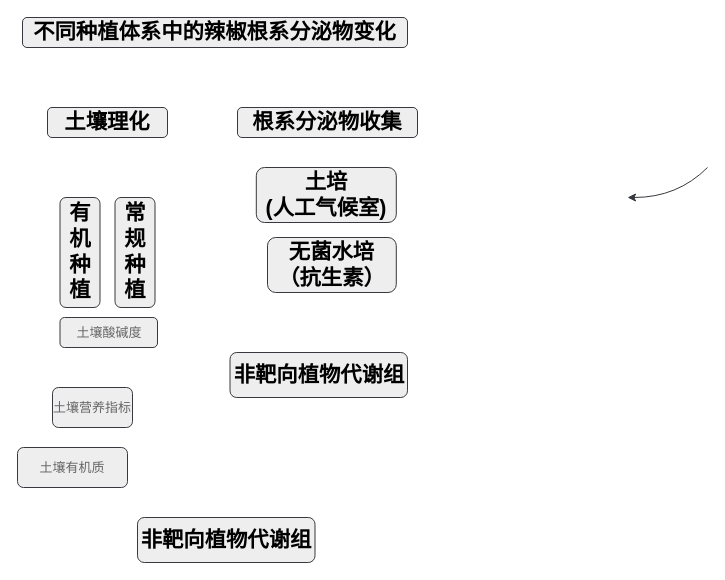
bossning/MicrobiomeProtocol keeps this draw.io diagram as Manuscript/Untitled Diagram.drawio. Above is the earlier version. Source tidied: cells renumbered, new cells numbered last; positions are measured from the earlier drawing's top-left corner, leaving out a move shared by most shapes. Both pictures are drawn from the tidied source at 100%, with x=0, y=0 at pixel (17, 17).
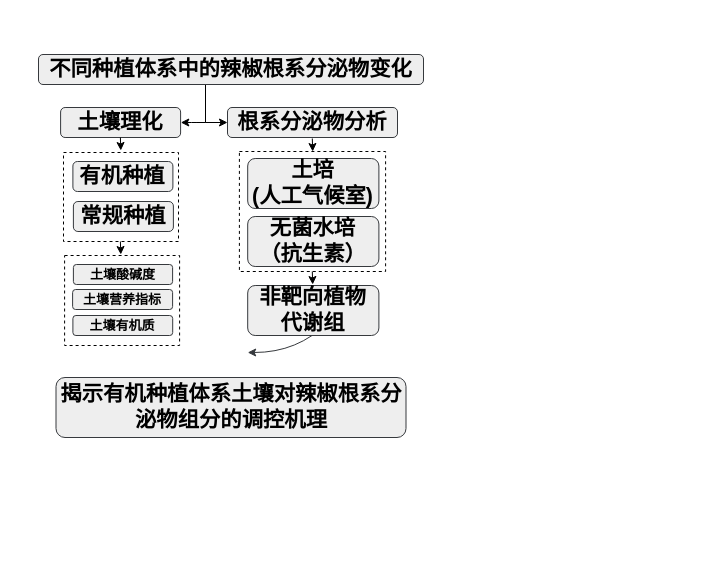
The same page after the edit.

The edit, as a diff of the source:
```diff
@@
+    <mxCell id="15" style="rounded=0;whiteSpace=wrap;html=1;fontFamily=Helvetica;fontSize=16;fontColor=#000000;dashed=1;" parent="1" vertex="1">
+      <mxGeometry x="221.9" y="134" width="146.2" height="120" as="geometry" />
+    </mxCell>
+    <mxCell id="8" value="&lt;p style=&quot;margin-top: 0pt ; margin-bottom: 0pt ; margin-left: 0in ; direction: ltr ; unicode-bidi: embed ; word-break: normal&quot;&gt;&lt;span style=&quot;font-size: 16pt;&quot;&gt;土培&lt;/span&gt;&lt;/p&gt;&lt;span style=&quot;font-size: 21.3333px;&quot;&gt;(人工气候室&lt;/span&gt;&lt;span style=&quot;font-size: 21.3333px;&quot;&gt;)&lt;/span&gt;&lt;span style=&quot;font-size: 21.3333px;&quot;&gt;&lt;br&gt;&lt;/span&gt;" style="whiteSpace=wrap;html=1;rounded=1;fillColor=#eeeeee;strokeColor=#36393d;fontFamily=Helvetica;fontStyle=1;" parent="1" vertex="1">
+      <mxGeometry x="230.2" y="141" width="131.2" height="50" as="geometry" />
+    </mxCell>
+    <mxCell id="16" style="rounded=0;whiteSpace=wrap;html=1;fontFamily=Helvetica;fontSize=16;fontColor=#000000;dashed=1;" parent="1" vertex="1">
+      <mxGeometry x="47.1" y="238" width="115" height="90" as="geometry" />
+    </mxCell>
+    <mxCell id="17" style="rounded=0;whiteSpace=wrap;html=1;fontFamily=Helvetica;fontSize=16;fontColor=#000000;dashed=1;" parent="1" vertex="1">
+      <mxGeometry x="46" y="135" width="115" height="89" as="geometry" />
+    </mxCell>
-    <mxCell id="2" style="curved=1;endArrow=classic;html=1;fillColor=#eeeeee;strokeColor=#36393d;" parent="1" edge="1">
+    <mxCell id="2" style="curved=1;endArrow=classic;html=1;fillColor=#eeeeee;strokeColor=#36393d;fontFamily=Helvetica;fontStyle=1;" parent="1" edge="1">
       <mxGeometry relative="1" as="geometry">
-        <mxPoint x="690" y="150" as="sourcePoint" />
-        <mxPoint x="610" y="180" as="targetPoint" />
+        <mxPoint x="310.2" y="305" as="sourcePoint" />
+        <mxPoint x="230.2" y="335" as="targetPoint" />
         <Array as="points">
-          <mxPoint x="660" y="180" />
+          <mxPoint x="280.2" y="335" />
         </Array>
       </mxGeometry>
     </mxCell>
+    <mxCell id="18" style="edgeStyle=orthogonalEdgeStyle;rounded=0;jettySize=auto;html=1;fontFamily=Helvetica;fontSize=16;fontColor=#000000;exitX=0.506;exitY=1.003;exitDx=0;exitDy=0;exitPerimeter=0;entryX=0;entryY=0.5;entryDx=0;entryDy=0;" parent="1" edge="1" target="7">
+      <mxGeometry relative="1" as="geometry">
+        <mxPoint x="187.8" y="60.1" as="sourcePoint" />
+        <Array as="points">
+          <mxPoint x="195" y="60" />
+          <mxPoint x="195" y="50" />
+          <mxPoint x="188" y="50" />
+          <mxPoint x="188" y="105" />
+        </Array>
+      </mxGeometry>
+    </mxCell>
-    <mxCell id="3" value="&lt;p style=&quot;margin-top: 0pt ; margin-bottom: 0pt ; margin-left: 0in ; direction: ltr ; unicode-bidi: embed ; word-break: normal&quot;&gt;&lt;span style=&quot;font-size: 16pt ; font-weight: bold&quot;&gt;不同&lt;/span&gt;&lt;span style=&quot;font-size: 16pt ; font-weight: bold&quot;&gt;种植&lt;/span&gt;&lt;span style=&quot;font-size: 16pt ; font-weight: bold&quot;&gt;体系中&lt;/span&gt;&lt;span style=&quot;font-size: 16pt ; font-weight: bold&quot;&gt;的&lt;/span&gt;&lt;span style=&quot;font-size: 16pt ; font-weight: bold&quot;&gt;辣椒&lt;/span&gt;&lt;span style=&quot;font-size: 16pt ; font-weight: bold&quot;&gt;根系分泌物&lt;/span&gt;&lt;span style=&quot;font-size: 16pt ; font-weight: bold&quot;&gt;变化&lt;/span&gt;&lt;/p&gt;" style="rounded=1;whiteSpace=wrap;html=1;fillColor=#eeeeee;strokeColor=#36393d;spacing=2;" parent="1" vertex="1">
-      <mxGeometry x="5" width="385" height="30" as="geometry" />
+    <mxCell id="3" value="&lt;p style=&quot;margin-top: 0pt ; margin-bottom: 0pt ; margin-left: 0in ; direction: ltr ; unicode-bidi: embed ; word-break: normal&quot;&gt;&lt;span style=&quot;font-size: 16pt;&quot;&gt;不同&lt;/span&gt;&lt;span style=&quot;font-size: 16pt;&quot;&gt;种植&lt;/span&gt;&lt;span style=&quot;font-size: 16pt;&quot;&gt;体系中&lt;/span&gt;&lt;span style=&quot;font-size: 16pt;&quot;&gt;的&lt;/span&gt;&lt;span style=&quot;font-size: 16pt;&quot;&gt;辣椒&lt;/span&gt;&lt;span style=&quot;font-size: 16pt;&quot;&gt;根系分泌物&lt;/span&gt;&lt;span style=&quot;font-size: 16pt;&quot;&gt;变化&lt;/span&gt;&lt;/p&gt;" style="rounded=1;whiteSpace=wrap;html=1;fillColor=#eeeeee;strokeColor=#36393d;spacing=2;fontFamily=Helvetica;fontStyle=1;" parent="1" vertex="1">
+      <mxGeometry x="21" y="37" width="385" height="30" as="geometry" />
     </mxCell>
-    <mxCell id="4" value="&lt;p style=&quot;margin-top: 0pt ; margin-bottom: 0pt ; margin-left: 0in ; direction: ltr ; unicode-bidi: embed ; word-break: normal&quot;&gt;&lt;span style=&quot;font-size: 16pt ; font-weight: bold&quot;&gt;土壤理化&lt;/span&gt;&lt;/p&gt;" style="whiteSpace=wrap;html=1;rounded=1;fillColor=#eeeeee;strokeColor=#36393d;" parent="1" vertex="1">
-      <mxGeometry x="30" y="90" width="120" height="30" as="geometry" />
+    <mxCell id="4" value="&lt;p style=&quot;margin-top: 0pt ; margin-bottom: 0pt ; margin-left: 0in ; direction: ltr ; unicode-bidi: embed ; word-break: normal&quot;&gt;&lt;span style=&quot;font-size: 16pt;&quot;&gt;土壤理化&lt;/span&gt;&lt;/p&gt;" style="whiteSpace=wrap;html=1;rounded=1;fillColor=#eeeeee;strokeColor=#36393d;fontFamily=Helvetica;fontStyle=1;" parent="1" vertex="1">
+      <mxGeometry x="43.1" y="90" width="120" height="30" as="geometry" />
     </mxCell>
-    <mxCell id="5" value="&lt;p style=&quot;margin-top: 0pt ; margin-bottom: 0pt ; margin-left: 0in ; direction: ltr ; unicode-bidi: embed ; word-break: normal&quot;&gt;&lt;span style=&quot;font-size: 16pt ; font-weight: bold&quot;&gt;有机种植&lt;/span&gt;&lt;/p&gt;" style="whiteSpace=wrap;html=1;rounded=1;fillColor=#eeeeee;strokeColor=#36393d;" parent="1" vertex="1">
-      <mxGeometry x="42.5" y="180" width="40" height="110" as="geometry" />
+    <mxCell id="5" value="&lt;p style=&quot;margin-top: 0pt ; margin-bottom: 0pt ; margin-left: 0in ; direction: ltr ; unicode-bidi: embed ; word-break: normal&quot;&gt;&lt;font style=&quot;font-size: 21.3333px&quot;&gt;有机种植&lt;/font&gt;&lt;/p&gt;" style="whiteSpace=wrap;html=1;rounded=1;fillColor=#eeeeee;strokeColor=#36393d;fontFamily=Helvetica;fontStyle=1;fontSize=11;" parent="1" vertex="1">
+      <mxGeometry x="55.4" y="144" width="100" height="30" as="geometry" />
     </mxCell>
-    <mxCell id="6" value="&lt;p style=&quot;margin-top: 0pt ; margin-bottom: 0pt ; margin-left: 0in ; direction: ltr ; unicode-bidi: embed ; word-break: normal&quot;&gt;&lt;span style=&quot;font-size: 16pt ; font-weight: bold&quot;&gt;常规种植&lt;/span&gt;&lt;/p&gt;" style="whiteSpace=wrap;html=1;rounded=1;fillColor=#eeeeee;strokeColor=#36393d;" parent="1" vertex="1">
-      <mxGeometry x="97.5" y="180" width="40" height="110" as="geometry" />
+    <mxCell id="6" value="&lt;p style=&quot;margin-top: 0pt ; margin-bottom: 0pt ; margin-left: 0in ; direction: ltr ; unicode-bidi: embed ; word-break: normal&quot;&gt;&lt;font style=&quot;font-size: 21.3333px&quot;&gt;常规种植&lt;/font&gt;&lt;/p&gt;" style="whiteSpace=wrap;html=1;rounded=1;fillColor=#eeeeee;strokeColor=#36393d;fontFamily=Helvetica;fontStyle=1;fontSize=11;" parent="1" vertex="1">
+      <mxGeometry x="55.9" y="184" width="100" height="30" as="geometry" />
     </mxCell>
-    <mxCell id="7" value="&lt;p style=&quot;margin-top: 0pt ; margin-bottom: 0pt ; margin-left: 0in ; direction: ltr ; unicode-bidi: embed ; word-break: normal&quot;&gt;&lt;span style=&quot;font-size: 16pt ; font-weight: bold&quot;&gt;根系分泌物收集&lt;/span&gt;&lt;/p&gt;" style="whiteSpace=wrap;html=1;rounded=1;fillColor=#eeeeee;strokeColor=#36393d;" parent="1" vertex="1">
-      <mxGeometry x="220" y="90" width="180" height="30" as="geometry" />
+    <mxCell id="7" value="&lt;p style=&quot;margin-top: 0pt ; margin-bottom: 0pt ; margin-left: 0in ; direction: ltr ; unicode-bidi: embed ; word-break: normal&quot;&gt;&lt;span style=&quot;font-size: 16pt&quot;&gt;根系分泌物分析&lt;/span&gt;&lt;/p&gt;" style="whiteSpace=wrap;html=1;rounded=1;fillColor=#eeeeee;strokeColor=#36393d;fontFamily=Helvetica;fontStyle=1;" parent="1" vertex="1">
+      <mxGeometry x="210" y="90" width="170" height="30" as="geometry" />
     </mxCell>
-    <mxCell id="8" value="&lt;p style=&quot;margin-top: 0pt ; margin-bottom: 0pt ; margin-left: 0in ; direction: ltr ; unicode-bidi: embed ; word-break: normal&quot;&gt;&lt;span style=&quot;font-size: 16pt ; font-weight: bold&quot;&gt;土培&lt;/span&gt;&lt;/p&gt;&lt;span style=&quot;font-size: 21.3333px ; font-weight: 700&quot;&gt;(人工气候室&lt;/span&gt;&lt;span style=&quot;font-weight: 700 ; font-size: 21.3333px&quot;&gt;)&lt;/span&gt;&lt;span style=&quot;font-size: 21.3333px ; font-weight: 700&quot;&gt;&lt;br&gt;&lt;/span&gt;" style="whiteSpace=wrap;html=1;rounded=1;fillColor=#eeeeee;strokeColor=#36393d;" parent="1" vertex="1">
-      <mxGeometry x="238.8" y="150" width="140" height="55" as="geometry" />
-    </mxCell>
-    <mxCell id="9" value="&lt;p style=&quot;margin-top: 0pt ; margin-bottom: 0pt ; margin-left: 0in ; direction: ltr ; unicode-bidi: embed ; word-break: normal&quot;&gt;&lt;span style=&quot;font-size: 16pt ; font-weight: bold&quot;&gt;无菌水培&lt;/span&gt;&lt;/p&gt;&lt;p style=&quot;margin-top: 0pt ; margin-bottom: 0pt ; margin-left: 0in ; direction: ltr ; unicode-bidi: embed ; word-break: normal&quot;&gt;&lt;span style=&quot;font-size: 16pt ; font-weight: bold&quot;&gt;（抗生素）&lt;/span&gt;&lt;/p&gt;" style="whiteSpace=wrap;html=1;rounded=1;fillColor=#eeeeee;strokeColor=#36393d;" parent="1" vertex="1">
-      <mxGeometry x="250" y="220" width="128.8" height="55" as="geometry" />
+    <mxCell id="9" value="&lt;p style=&quot;margin-top: 0pt ; margin-bottom: 0pt ; margin-left: 0in ; direction: ltr ; unicode-bidi: embed ; word-break: normal&quot;&gt;&lt;span style=&quot;font-size: 16pt;&quot;&gt;无菌水培&lt;/span&gt;&lt;/p&gt;&lt;p style=&quot;margin-top: 0pt ; margin-bottom: 0pt ; margin-left: 0in ; direction: ltr ; unicode-bidi: embed ; word-break: normal&quot;&gt;&lt;span style=&quot;font-size: 16pt;&quot;&gt;（抗生素）&lt;/span&gt;&lt;/p&gt;" style="whiteSpace=wrap;html=1;rounded=1;fillColor=#eeeeee;strokeColor=#36393d;fontFamily=Helvetica;fontStyle=1;" parent="1" vertex="1">
+      <mxGeometry x="230.2" y="199" width="131.2" height="50" as="geometry" />
     </mxCell>
-    <mxCell id="10" value="&lt;p style=&quot;margin-top: 0pt ; margin-bottom: 0pt ; margin-left: 0in ; direction: ltr ; unicode-bidi: embed ; word-break: normal&quot;&gt;&lt;span style=&quot;font-size: 16pt ; font-weight: bold&quot;&gt;非靶向&lt;/span&gt;&lt;span style=&quot;font-size: 16pt ; font-weight: bold&quot;&gt;植物&lt;/span&gt;&lt;span style=&quot;font-size: 16pt ; font-weight: bold&quot;&gt;代谢组&lt;/span&gt;&lt;/p&gt;" style="whiteSpace=wrap;html=1;rounded=1;fillColor=#eeeeee;strokeColor=#36393d;" parent="1" vertex="1">
-      <mxGeometry x="212.5" y="335" width="177.5" height="45" as="geometry" />
+    <mxCell id="10" value="&lt;p style=&quot;margin-top: 0pt ; margin-bottom: 0pt ; margin-left: 0in ; direction: ltr ; unicode-bidi: embed ; word-break: normal&quot;&gt;&lt;span style=&quot;font-size: 16pt&quot;&gt;非靶向&lt;/span&gt;&lt;span style=&quot;font-size: 16pt&quot;&gt;植物&lt;/span&gt;&lt;/p&gt;&lt;p style=&quot;margin-top: 0pt ; margin-bottom: 0pt ; margin-left: 0in ; direction: ltr ; unicode-bidi: embed ; word-break: normal&quot;&gt;&lt;span style=&quot;font-size: 16pt&quot;&gt;代谢组&lt;/span&gt;&lt;/p&gt;" style="whiteSpace=wrap;html=1;rounded=1;fillColor=#eeeeee;strokeColor=#36393d;fontFamily=Helvetica;fontStyle=1;" parent="1" vertex="1">
+      <mxGeometry x="230.2" y="268" width="131.2" height="50" as="geometry" />
     </mxCell>
-    <mxCell id="11" value="&lt;p style=&quot;margin-top: 0pt ; margin-bottom: 0pt ; margin-left: 0in ; direction: ltr ; unicode-bidi: embed ; word-break: normal&quot;&gt;&lt;span style=&quot;font-size: 16pt ; font-weight: bold&quot;&gt;非靶向&lt;/span&gt;&lt;span style=&quot;font-size: 16pt ; font-weight: bold&quot;&gt;植物&lt;/span&gt;&lt;span style=&quot;font-size: 16pt ; font-weight: bold&quot;&gt;代谢组&lt;/span&gt;&lt;/p&gt;" style="whiteSpace=wrap;html=1;rounded=1;fillColor=#eeeeee;strokeColor=#36393d;" parent="1" vertex="1">
-      <mxGeometry x="120" y="500" width="177.5" height="45" as="geometry" />
+    <mxCell id="11" value="&lt;p style=&quot;margin-top: 0pt ; margin-bottom: 0pt ; margin-left: 0in ; direction: ltr ; unicode-bidi: embed ; word-break: normal&quot;&gt;&lt;span style=&quot;font-size: 16pt&quot;&gt;揭示有机种植体系土壤对辣椒根系分泌物组分的调控机理&lt;/span&gt;&lt;/p&gt;" style="whiteSpace=wrap;html=1;rounded=1;fillColor=#eeeeee;strokeColor=#36393d;fontFamily=Helvetica;fontStyle=1;" parent="1" vertex="1">
+      <mxGeometry x="38.5" y="360" width="350" height="60" as="geometry" />
     </mxCell>
-    <mxCell id="12" value="&lt;p style=&quot;margin-top: 0pt ; margin-bottom: 0pt ; margin-left: 0in ; direction: ltr ; unicode-bidi: embed ; word-break: normal&quot;&gt;&lt;span style=&quot;color: rgb(102 , 102 , 102) ; font-family: &amp;#34;microsoft yahei&amp;#34; , &amp;#34;arial&amp;#34; , &amp;#34;helvetica&amp;#34; , sans-serif ; font-size: 13px ; text-align: left&quot;&gt;土壤酸碱度&lt;/span&gt;&lt;br&gt;&lt;/p&gt;" style="whiteSpace=wrap;html=1;rounded=1;fillColor=#eeeeee;strokeColor=#36393d;" parent="1" vertex="1">
-      <mxGeometry x="42.5" y="300" width="97.5" height="30" as="geometry" />
+    <mxCell id="12" value="&lt;p style=&quot;margin-top: 0pt ; margin-bottom: 0pt ; margin-left: 0in ; direction: ltr ; unicode-bidi: embed ; word-break: normal&quot;&gt;&lt;span style=&quot;font-size: 13px; text-align: left;&quot;&gt;土壤酸碱度&lt;/span&gt;&lt;br&gt;&lt;/p&gt;" style="whiteSpace=wrap;html=1;rounded=1;fillColor=#eeeeee;strokeColor=#36393d;fontFamily=Helvetica;fontStyle=1;" parent="1" vertex="1">
+      <mxGeometry x="55.9" y="247" width="99.2" height="20" as="geometry" />
     </mxCell>
-    <mxCell id="13" value="&lt;span style=&quot;color: rgb(102 , 102 , 102) ; font-family: &amp;#34;microsoft yahei&amp;#34; , &amp;#34;arial&amp;#34; , &amp;#34;helvetica&amp;#34; , sans-serif ; font-size: 13px ; text-align: left&quot;&gt;土壤营养指标&lt;/span&gt;" style="whiteSpace=wrap;html=1;rounded=1;fillColor=#eeeeee;strokeColor=#36393d;" parent="1" vertex="1">
-      <mxGeometry x="35" y="370" width="80" height="40" as="geometry" />
+    <mxCell id="13" value="&lt;span style=&quot;font-size: 13px; text-align: left;&quot;&gt;土壤营养指标&lt;/span&gt;" style="whiteSpace=wrap;html=1;rounded=1;fillColor=#eeeeee;strokeColor=#36393d;fontFamily=Helvetica;fontStyle=1;" parent="1" vertex="1">
+      <mxGeometry x="55.1" y="272" width="100" height="20" as="geometry" />
     </mxCell>
-    <mxCell id="14" value="&lt;span style=&quot;color: rgb(102 , 102 , 102) ; font-family: &amp;#34;microsoft yahei&amp;#34; , &amp;#34;arial&amp;#34; , &amp;#34;helvetica&amp;#34; , sans-serif ; font-size: 13px ; text-align: left&quot;&gt;土壤有机质&lt;/span&gt;" style="whiteSpace=wrap;html=1;rounded=1;fillColor=#eeeeee;strokeColor=#36393d;" parent="1" vertex="1">
-      <mxGeometry y="430" width="110" height="40" as="geometry" />
+    <mxCell id="14" value="&lt;span style=&quot;font-size: 13px; text-align: left;&quot;&gt;土壤有机质&lt;/span&gt;" style="whiteSpace=wrap;html=1;rounded=1;fillColor=#eeeeee;strokeColor=#36393d;fontFamily=Helvetica;fontStyle=1;" parent="1" vertex="1">
+      <mxGeometry x="55.4" y="298" width="99.8" height="20" as="geometry" />
     </mxCell>
+    <mxCell id="19" style="endArrow=classic;html=1;fontFamily=Helvetica;fontSize=16;fontColor=#000000;entryX=1.018;entryY=0.566;entryDx=0;entryDy=0;entryPerimeter=0;" parent="1" edge="1">
+      <mxGeometry relative="1" as="geometry">
+        <mxPoint x="198" y="105" as="sourcePoint" />
+        <mxPoint x="163.3" y="105" as="targetPoint" />
+        <Array as="points">
+          <mxPoint x="178" y="105" />
+        </Array>
+      </mxGeometry>
+    </mxCell>
+    <mxCell id="20" style="endArrow=classic;html=1;fontFamily=Helvetica;fontSize=16;fontColor=#000000;exitX=0.5;exitY=1;exitDx=0;exitDy=0;entryX=0.5;entryY=0;entryDx=0;entryDy=0;" parent="1" edge="1">
+      <mxGeometry relative="1" as="geometry">
+        <mxPoint x="294.8" y="121" as="sourcePoint" />
+        <mxPoint x="295.2" y="134" as="targetPoint" />
+      </mxGeometry>
+    </mxCell>
+    <mxCell id="21" style="endArrow=classic;html=1;fontFamily=Helvetica;fontSize=16;fontColor=#000000;exitX=0.5;exitY=1;exitDx=0;exitDy=0;entryX=0.5;entryY=0;entryDx=0;entryDy=0;" parent="1" edge="1">
+      <mxGeometry relative="1" as="geometry">
+        <mxPoint x="102.9" y="120" as="sourcePoint" />
+        <mxPoint x="103.3" y="133" as="targetPoint" />
+      </mxGeometry>
+    </mxCell>
+    <mxCell id="22" style="endArrow=classic;html=1;fontFamily=Helvetica;fontSize=16;fontColor=#000000;exitX=0.5;exitY=1;exitDx=0;exitDy=0;entryX=0.5;entryY=0;entryDx=0;entryDy=0;" parent="1" edge="1">
+      <mxGeometry relative="1" as="geometry">
+        <mxPoint x="102.9" y="224" as="sourcePoint" />
+        <mxPoint x="103.3" y="237" as="targetPoint" />
+      </mxGeometry>
+    </mxCell>
+    <mxCell id="23" style="endArrow=classic;html=1;fontFamily=Helvetica;fontSize=16;fontColor=#000000;exitX=0.5;exitY=1;exitDx=0;exitDy=0;entryX=0.5;entryY=0;entryDx=0;entryDy=0;" parent="1" edge="1">
+      <mxGeometry relative="1" as="geometry">
+        <mxPoint x="294.8" y="254" as="sourcePoint" />
+        <mxPoint x="295.2" y="267" as="targetPoint" />
+      </mxGeometry>
+    </mxCell>
```
